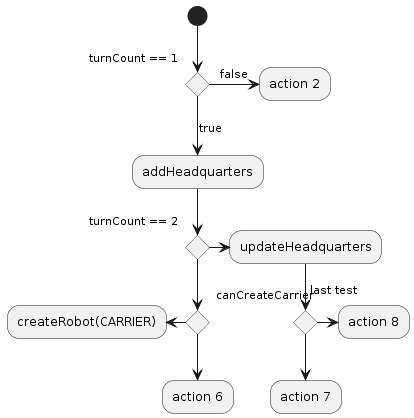
Above: drawings/Headquarters-Strategy.png in coding-to-music/plantuml-diagram-examples (PlantUML), before the change.
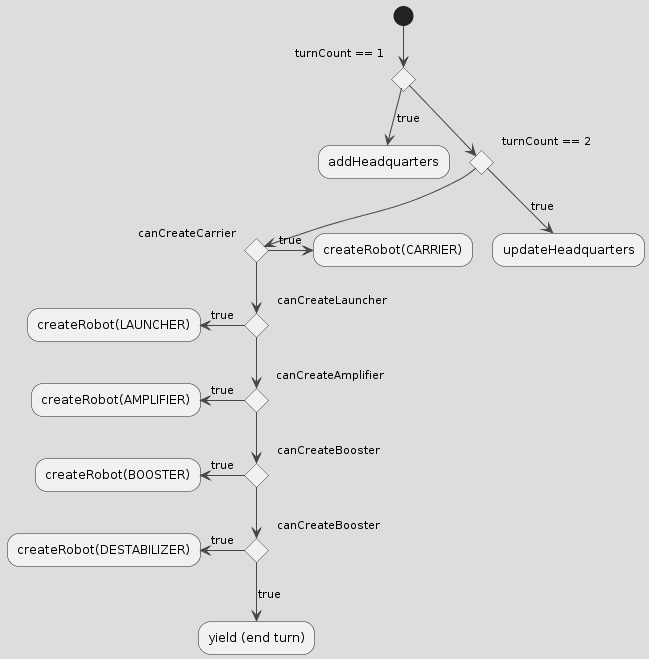
The same diagram one commit later.

The edit, as a diff of the source:
```diff
@@ -1,27 +1,37 @@
 @startuml "Headquarters-Strategy"
+
+!theme toy
+
 (*) --> if "turnCount == 1" then
-
-  -->[true] "addHeadquarters"
-
+  -->[true] "addHeadquarters" as a1
+else
   if "turnCount == 2" then
-    -> "updateHeadquarters" as a3
+    -->[true] "updateHeadquarters" as a3
   else
     if "canCreateCarrier" then
-      -left-> "createRobot(CARRIER)"
+      -left->[true] "createRobot(CARRIER)"
     else
-      --> "action 6"
+      if "canCreateLauncher" then
+        -left->[true] "createRobot(LAUNCHER)"
+      else
+        if "canCreateAmplifier" then
+          -left->[true] "createRobot(AMPLIFIER)"
+        else
+          if "canCreateBooster" then
+            -left->[true] "createRobot(BOOSTER)"
+          else
+            if "canCreateBooster" then
+              -left->[true] "createRobot(DESTABILIZER)"
+            else
+              -->[true] "yield (end turn)"
+            endif
+          endif
+      endif
     endif
   endif
 
-else
 
-  ->[false] "action 2"
 
 endif
 
-a3 --> if "last test" then
-  --> "action 7"
-else
-  -> "action 8"
-endif
 @enduml
```
